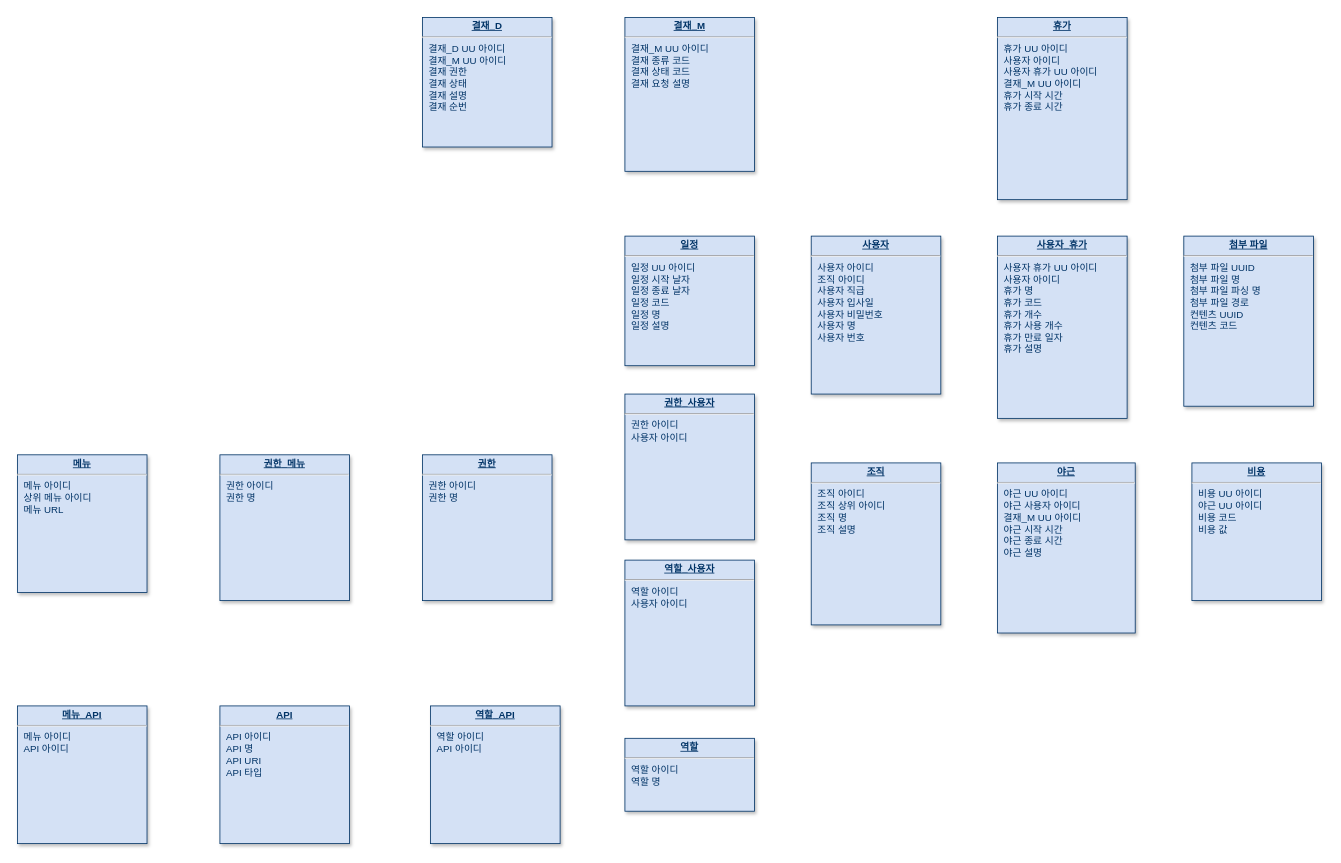
The draw.io diagram 설계서/hrmDb.drawio in hgbgrq/hrm, before the edit. Source tidied: cells renumbered, new cells numbered last; positions are measured from the earlier drawing's top-left corner, leaving out a move shared by most shapes. Both pictures are drawn from the tidied source at 81%, with x=0, y=0 at pixel (17, 17).
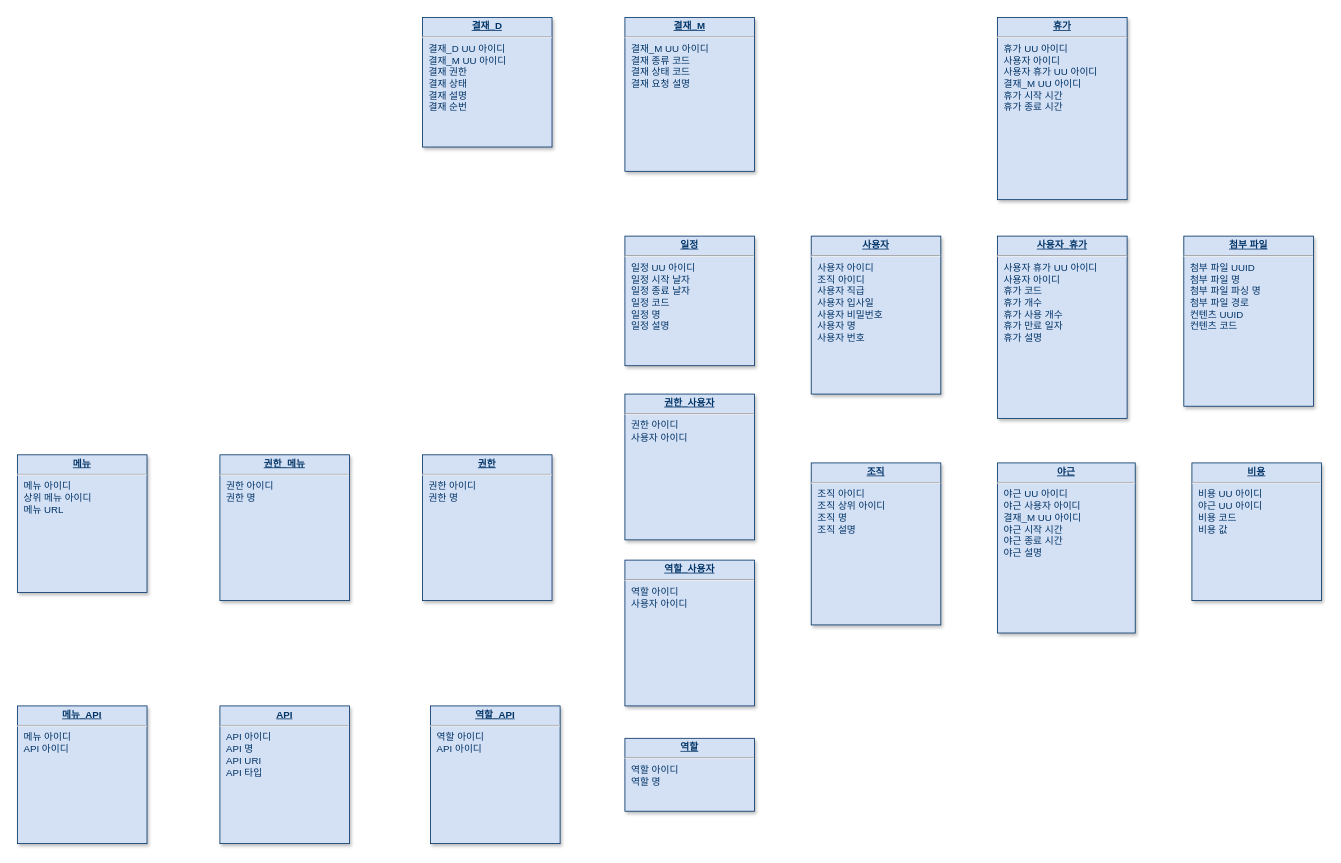
After the change.

The edit, as a diff of the source:
```diff
@@
-    <mxCell id="3" value="&lt;p style=&quot;margin: 0px; margin-top: 4px; text-align: center; text-decoration: underline;&quot;&gt;&lt;b&gt;사용자_휴가&lt;/b&gt;&lt;/p&gt;&lt;hr&gt;&lt;p style=&quot;margin: 0px; margin-left: 8px;&quot;&gt;사용자 휴가 UU 아이디&lt;/p&gt;&lt;p style=&quot;margin: 0px; margin-left: 8px;&quot;&gt;사용자 아이디&lt;/p&gt;&lt;p style=&quot;margin: 0px; margin-left: 8px;&quot;&gt;휴가 명&lt;br&gt;&lt;/p&gt;&lt;p style=&quot;margin: 0px; margin-left: 8px;&quot;&gt;휴가 코드&lt;/p&gt;&lt;p style=&quot;margin: 0px; margin-left: 8px;&quot;&gt;휴가 개수&lt;/p&gt;&lt;p style=&quot;margin: 0px; margin-left: 8px;&quot;&gt;휴가 사용 개수&lt;/p&gt;&lt;p style=&quot;margin: 0px; margin-left: 8px;&quot;&gt;휴가 만료 일자&lt;/p&gt;&lt;p style=&quot;margin: 0px; margin-left: 8px;&quot;&gt;휴가 설명&lt;/p&gt;" style="verticalAlign=top;align=left;overflow=fill;fontSize=12;fontFamily=Helvetica;html=1;strokeColor=#003366;shadow=1;fillColor=#D4E1F5;fontColor=#003366;" parent="1" vertex="1">
+    <mxCell id="3" value="&lt;p style=&quot;margin: 0px; margin-top: 4px; text-align: center; text-decoration: underline;&quot;&gt;&lt;b&gt;사용자_휴가&lt;/b&gt;&lt;/p&gt;&lt;hr&gt;&lt;p style=&quot;margin: 0px; margin-left: 8px;&quot;&gt;사용자 휴가 UU 아이디&lt;/p&gt;&lt;p style=&quot;margin: 0px; margin-left: 8px;&quot;&gt;사용자 아이디&lt;/p&gt;&lt;p style=&quot;margin: 0px; margin-left: 8px;&quot;&gt;휴가 코드&lt;/p&gt;&lt;p style=&quot;margin: 0px; margin-left: 8px;&quot;&gt;휴가 개수&lt;/p&gt;&lt;p style=&quot;margin: 0px; margin-left: 8px;&quot;&gt;휴가 사용 개수&lt;/p&gt;&lt;p style=&quot;margin: 0px; margin-left: 8px;&quot;&gt;휴가 만료 일자&lt;/p&gt;&lt;p style=&quot;margin: 0px; margin-left: 8px;&quot;&gt;휴가 설명&lt;/p&gt;" style="verticalAlign=top;align=left;overflow=fill;fontSize=12;fontFamily=Helvetica;html=1;strokeColor=#003366;shadow=1;fillColor=#D4E1F5;fontColor=#003366;" parent="1" vertex="1">
       <mxGeometry x="1210" y="270" width="160" height="225" as="geometry" />
     </mxCell>
```
